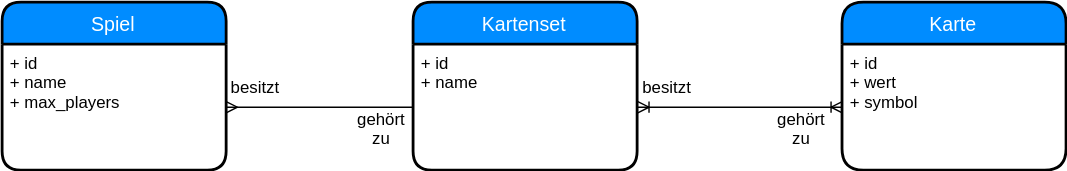
Above: docs/img/database/database_erm.svg in cardholder/docs (draw.io), before the change. Source tidied: cells renumbered, new cells last; positions are measured from the earlier drawing's top-left corner, leaving out a move shared by most shapes.
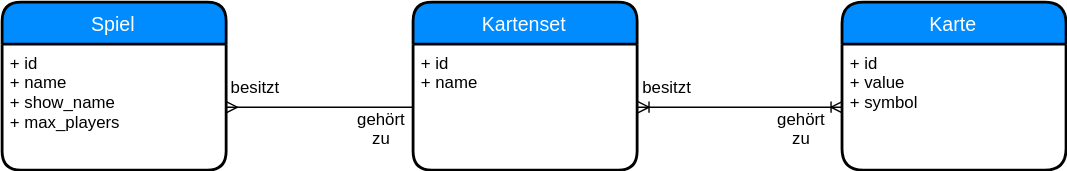
Above is the later version.

The edit, as a diff of the source:
```diff
@@ -5,7 +5,7 @@
     <mxCell id="2" value="Spiel" style="swimlane;horizontal=1;startSize=30;fillColor=#008cff;fontColor=#FFFFFF;rounded=1;fontSize=14;fontStyle=0;strokeWidth=2;shadow=0;dashed=0;align=center;" parent="1" vertex="1">
       <mxGeometry width="160" height="120" as="geometry" />
     </mxCell>
-    <mxCell id="3" value="+ id&#10;+ name&#10;+ max_players" style="align=left;strokeColor=none;fillColor=none;spacingLeft=4;fontSize=12;verticalAlign=top;" parent="2" vertex="1">
+    <mxCell id="3" value="+ id&#10;+ name&#10;+ show_name&#10;+ max_players" style="align=left;strokeColor=none;fillColor=none;spacingLeft=4;fontSize=12;verticalAlign=top;" parent="2" vertex="1">
       <mxGeometry y="30" width="160" height="90" as="geometry" />
     </mxCell>
     <mxCell id="4" style="edgeStyle=entityRelationEdgeStyle;fontSize=12;html=1;endArrow=none;exitX=1;exitY=0.5;exitDx=0;exitDy=0;startArrow=ERmany;startFill=0;endFill=0;entryX=0;entryY=0.5;entryDx=0;entryDy=0;" parent="1" edge="1" source="3" target="6">
@@ -20,7 +20,7 @@
     <mxCell id="7" value="Karte" style="swimlane;horizontal=1;startSize=30;fillColor=#008cff;fontColor=#FFFFFF;rounded=1;fontSize=14;fontStyle=0;strokeWidth=2;shadow=0;dashed=0;align=center;arcSize=17;" parent="1" vertex="1">
       <mxGeometry x="599.8" width="160" height="120" as="geometry" />
     </mxCell>
-    <mxCell id="8" value="+ id&#10;+ wert&#10;+ symbol&#10;" style="align=left;strokeColor=none;fillColor=none;spacingLeft=4;fontSize=12;verticalAlign=top;" parent="7" vertex="1">
+    <mxCell id="8" value="+ id&#10;+ value&#10;+ symbol&#10;" style="align=left;strokeColor=none;fillColor=none;spacingLeft=4;fontSize=12;verticalAlign=top;" parent="7" vertex="1">
       <mxGeometry y="30" width="160" height="90" as="geometry" />
     </mxCell>
     <mxCell id="9" style="edgeStyle=entityRelationEdgeStyle;fontSize=12;html=1;endArrow=ERoneToMany;startArrow=ERoneToMany;exitX=1;exitY=0.5;exitDx=0;exitDy=0;entryX=0;entryY=0.5;entryDx=0;entryDy=0;" parent="1" edge="1" source="6" target="8">
```
